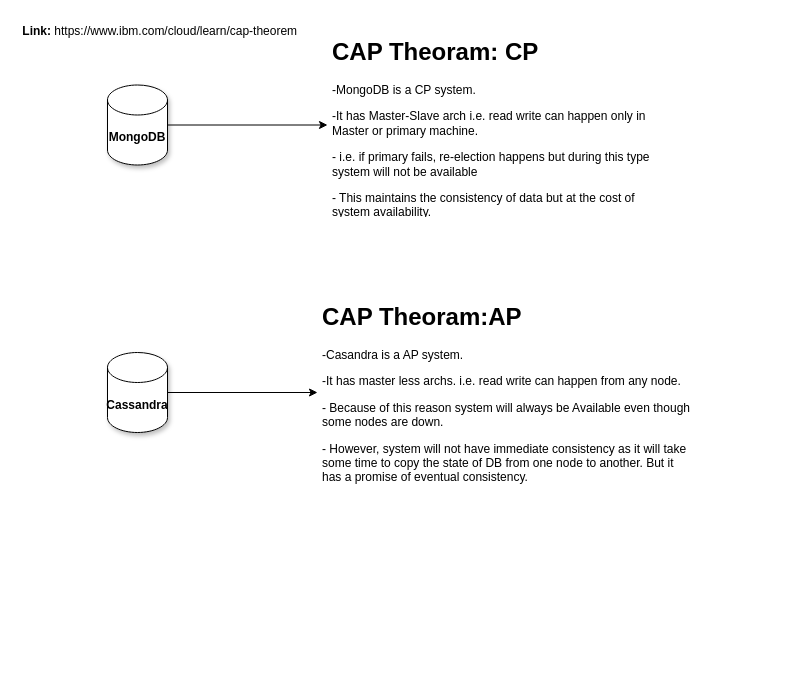
This is page "DBChoices" (3 of 5) of DataPipelineDiagram.drawio from akashdktyagi/BigDataNotes, a draw.io file, before an edit. Source tidied: cells renumbered, new cells numbered last; positions are measured from the earlier drawing's top-left corner, leaving out a move shared by most shapes. Both pictures are drawn from the tidied source at 100%, with x=0, y=0 at pixel (17, 17).
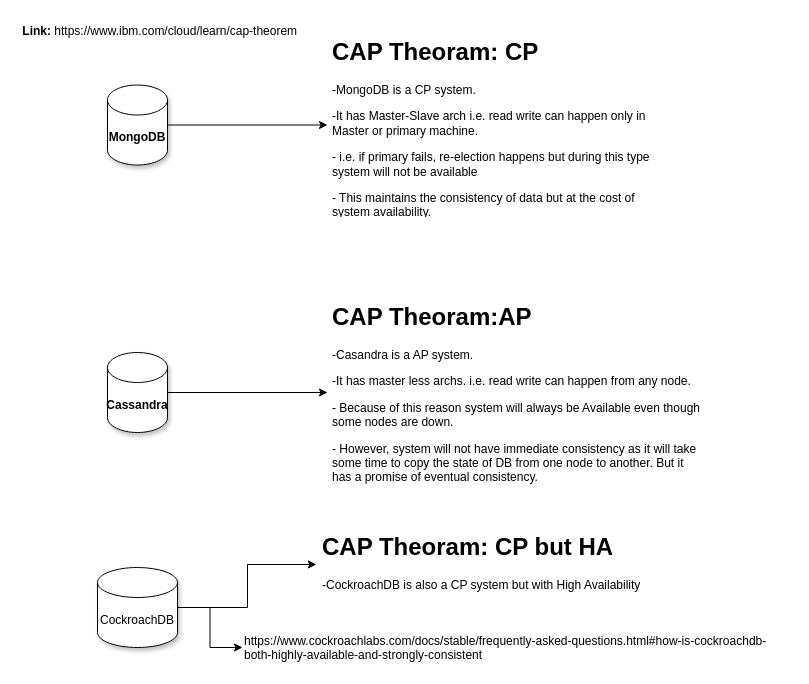
The same page after the edit.

Diff of the diagram source:
```diff
@@
 <mxGraphModel>
   <root>
     <mxCell id="0" />
     <mxCell id="1" parent="0" />
     <mxCell id="2" style="edgeStyle=orthogonalEdgeStyle;rounded=0;jettySize=auto;html=1;" parent="1" edge="1" source="3" target="4">
       <mxGeometry relative="1" as="geometry" />
     </mxCell>
     <mxCell id="3" value="&lt;b&gt;MongoDB&lt;/b&gt;" style="shape=cylinder3;whiteSpace=wrap;html=1;boundedLbl=1;backgroundOutline=1;size=15;shadow=1;" parent="1" vertex="1">
       <mxGeometry x="90" y="67.5" width="60" height="80" as="geometry" />
     </mxCell>
     <mxCell id="4" value="&lt;h1&gt;CAP Theoram: CP&lt;/h1&gt;&lt;p&gt;-MongoDB is a CP system.&lt;/p&gt;&lt;p&gt;-It has Master-Slave arch i.e. read write can happen only in Master or primary machine.&lt;/p&gt;&lt;p&gt;&lt;span&gt;- i.e. if primary fails, re-election happens but during this type system will not be available&lt;/span&gt;&lt;/p&gt;&lt;p&gt;&lt;span&gt;- This maintains the consistency of data but at the cost of system availability.&lt;/span&gt;&lt;/p&gt;&lt;p&gt;&lt;br&gt;&lt;/p&gt;" style="text;html=1;strokeColor=none;fillColor=none;spacing=5;spacingTop=-20;whiteSpace=wrap;overflow=hidden;rounded=0;shadow=1;" parent="1" vertex="1">
       <mxGeometry x="310" y="15" width="350" height="185" as="geometry" />
     </mxCell>
     <mxCell id="5" style="edgeStyle=orthogonalEdgeStyle;rounded=0;jettySize=auto;html=1;entryX=0;entryY=0.5;entryDx=0;entryDy=0;" parent="1" edge="1" source="6" target="7">
       <mxGeometry relative="1" as="geometry" />
     </mxCell>
     <mxCell id="6" value="&lt;b&gt;Cassandra&lt;/b&gt;" style="shape=cylinder3;whiteSpace=wrap;html=1;boundedLbl=1;backgroundOutline=1;size=15;shadow=1;" parent="1" vertex="1">
       <mxGeometry x="90" y="335" width="60" height="80" as="geometry" />
     </mxCell>
     <mxCell id="7" value="&lt;h1&gt;CAP Theoram:AP&lt;/h1&gt;&lt;p&gt;-Casandra is a AP system.&lt;/p&gt;&lt;p&gt;-It has master less archs. i.e. read write can happen from any node.&lt;/p&gt;&lt;p&gt;- Because of this reason system will always be Available even though some nodes are down.&lt;/p&gt;&lt;p&gt;- However, system will not have immediate consistency as it will take some time to copy the state of DB from one node to another. But it has a promise of eventual consistency.&lt;/p&gt;&lt;p&gt;&lt;br&gt;&lt;/p&gt;" style="text;html=1;strokeColor=none;fillColor=none;spacing=5;spacingTop=-20;whiteSpace=wrap;overflow=hidden;rounded=0;shadow=1;" parent="1" vertex="1">
-      <mxGeometry x="300" y="280" width="380" height="190" as="geometry" />
+      <mxGeometry x="310" y="280" width="380" height="190" as="geometry" />
     </mxCell>
     <mxCell id="8" value="&amp;nbsp;&lt;b&gt;Link: &lt;/b&gt;https://www.ibm.com/cloud/learn/cap-theorem" style="text;whiteSpace=wrap;html=1;" parent="1" vertex="1">
       <mxGeometry width="300" height="30" as="geometry" />
     </mxCell>
+    <mxCell id="9" style="edgeStyle=orthogonalEdgeStyle;rounded=0;jettySize=auto;html=1;entryX=-0.003;entryY=0.411;entryDx=0;entryDy=0;entryPerimeter=0;" parent="1" edge="1" source="11" target="12">
+      <mxGeometry relative="1" as="geometry" />
+    </mxCell>
+    <mxCell id="10" style="edgeStyle=orthogonalEdgeStyle;rounded=0;jettySize=auto;html=1;entryX=0;entryY=0.5;entryDx=0;entryDy=0;" parent="1" edge="1" source="11" target="13">
+      <mxGeometry relative="1" as="geometry" />
+    </mxCell>
+    <mxCell id="11" value="CockroachDB" style="shape=cylinder3;whiteSpace=wrap;html=1;boundedLbl=1;backgroundOutline=1;size=15;shadow=1;" parent="1" vertex="1">
+      <mxGeometry x="80" y="550" width="80" height="80" as="geometry" />
+    </mxCell>
+    <mxCell id="12" value="&lt;h1&gt;CAP Theoram: CP but HA&lt;/h1&gt;&lt;p&gt;-CockroachDB is also a CP system but with High Availability&lt;/p&gt;&lt;p&gt;&lt;br&gt;&lt;/p&gt;&lt;p&gt;&lt;br&gt;&lt;/p&gt;" style="text;html=1;strokeColor=none;fillColor=none;spacing=5;spacingTop=-20;whiteSpace=wrap;overflow=hidden;rounded=0;shadow=1;" parent="1" vertex="1">
+      <mxGeometry x="300" y="510" width="380" height="90" as="geometry" />
+    </mxCell>
+    <mxCell id="13" value="https://www.cockroachlabs.com/docs/stable/frequently-asked-questions.html#how-is-cockroachdb-both-highly-available-and-strongly-consistent" style="text;whiteSpace=wrap;html=1;" parent="1" vertex="1">
+      <mxGeometry x="225" y="610" width="550" height="40" as="geometry" />
+    </mxCell>
   </root>
 </mxGraphModel>
```
